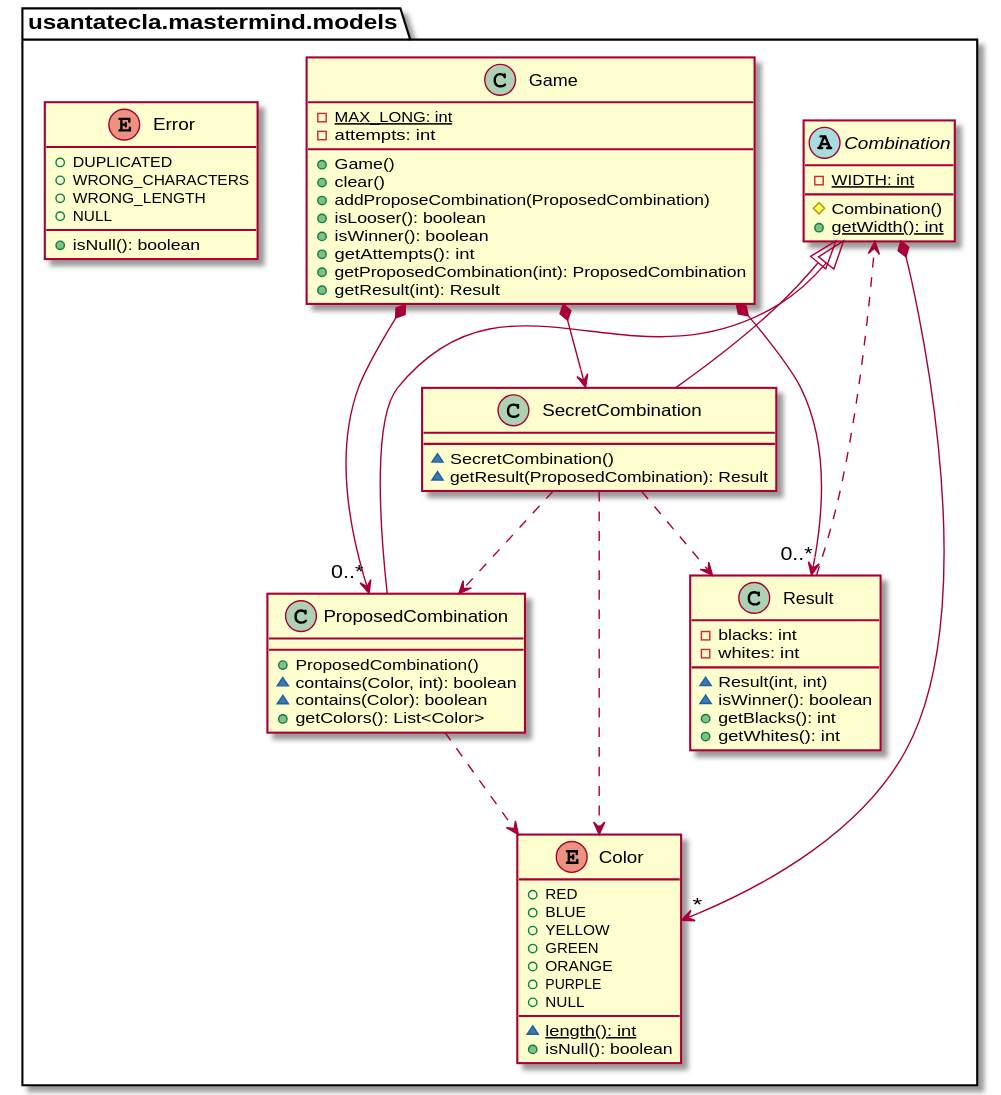
Before: modelViewPresenter/presentationModel/withFacade/docs/diagrams/out/paquetes/usantatecla.mastermind.models.svg, a diagram exported from PlantUML (SantaTecla-mastermind/solution.java.swing.socket.sql).
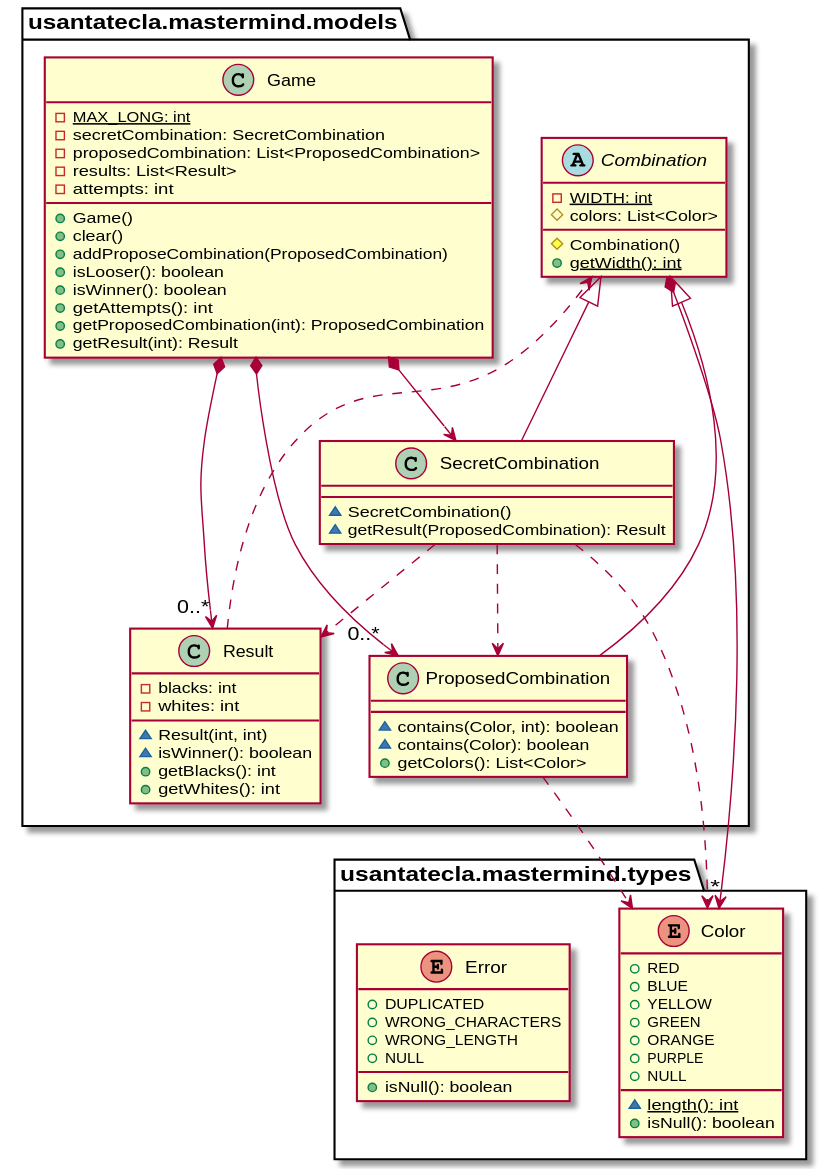
Later version of the same file.

Change to the diagram source:
```diff
@@ -1,6 +1,7 @@
 @startuml
 abstract class usantatecla.mastermind.models.Combination {
 - {static} WIDTH: int
+# colors: List<Color>
 # Combination()
 + {static} getWidth(): int
 }
@@ -8,6 +9,9 @@
 
 class usantatecla.mastermind.models.Game {
 - {static} MAX_LONG: int
+- secretCombination: SecretCombination
+- proposedCombination: List<ProposedCombination>
+- results: List<Result>
 - attempts: int
 + Game()
 + clear()
@@ -23,7 +27,6 @@
 usantatecla.mastermind.models.Game *-down-> "0..*" usantatecla.mastermind.models.ProposedCombination
 
 class usantatecla.mastermind.models.ProposedCombination {
-+ ProposedCombination()
 ~ contains(Color, int): boolean
 ~ contains(Color): boolean
 + getColors(): List<Color>
```
